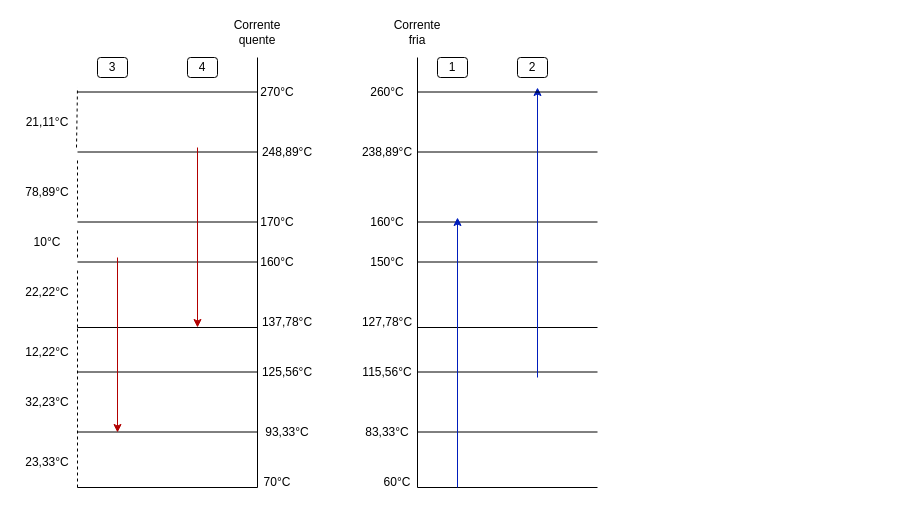
The draw.io diagram casoI-Cascata.drawio in igcampos/Mestrado, before the edit. Source tidied: cells renumbered, new cells numbered last; positions are measured from the earlier drawing's top-left corner, leaving out a move shared by most shapes. Both pictures are drawn from the tidied source at 100%, with x=0, y=0 at pixel (17, 17).
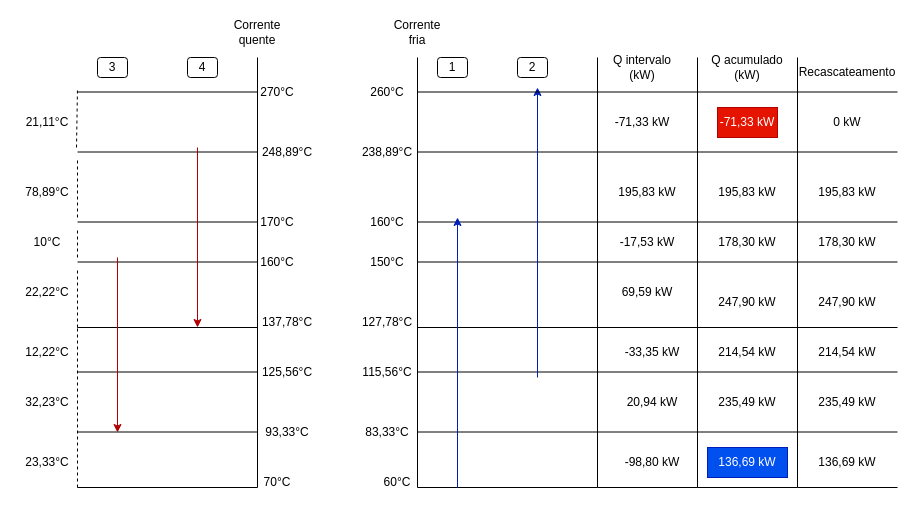
The same page after the edit.

Diff of the diagram source:
```diff
@@
+    <mxCell id="60" value="Q intervalo (kW)" style="text;html=1;strokeColor=none;fillColor=none;align=center;verticalAlign=middle;whiteSpace=wrap;rounded=0;" parent="1" vertex="1">
+      <mxGeometry x="590" y="35" width="70" height="30" as="geometry" />
+    </mxCell>
+    <mxCell id="61" style="endArrow=none;html=1;rounded=0;" parent="1" edge="1">
+      <mxGeometry relative="1" as="geometry">
+        <mxPoint x="580" y="134.5" as="sourcePoint" />
+        <mxPoint x="680" y="134.5" as="targetPoint" />
+      </mxGeometry>
+    </mxCell>
+    <mxCell id="62" style="endArrow=none;html=1;rounded=0;" parent="1" edge="1">
+      <mxGeometry relative="1" as="geometry">
+        <mxPoint x="580" y="470" as="sourcePoint" />
+        <mxPoint x="580" y="40" as="targetPoint" />
+      </mxGeometry>
+    </mxCell>
+    <mxCell id="63" style="endArrow=none;html=1;rounded=0;" parent="1" edge="1">
+      <mxGeometry relative="1" as="geometry">
+        <mxPoint x="580" y="74.5" as="sourcePoint" />
+        <mxPoint x="680" y="74.5" as="targetPoint" />
+      </mxGeometry>
+    </mxCell>
+    <mxCell id="64" value="-71,33 kW" style="text;html=1;strokeColor=none;fillColor=none;align=center;verticalAlign=middle;whiteSpace=wrap;rounded=0;" parent="1" vertex="1">
+      <mxGeometry x="595" y="90" width="60" height="30" as="geometry" />
+    </mxCell>
+    <mxCell id="65" value="195,83 kW" style="text;html=1;strokeColor=none;fillColor=none;align=center;verticalAlign=middle;whiteSpace=wrap;rounded=0;" parent="1" vertex="1">
+      <mxGeometry x="590" y="160" width="80" height="30" as="geometry" />
+    </mxCell>
+    <mxCell id="66" style="endArrow=none;html=1;rounded=0;" parent="1" edge="1">
+      <mxGeometry relative="1" as="geometry">
+        <mxPoint x="580" y="204.5" as="sourcePoint" />
+        <mxPoint x="680" y="204.5" as="targetPoint" />
+      </mxGeometry>
+    </mxCell>
+    <mxCell id="67" style="endArrow=none;html=1;rounded=0;" parent="1" edge="1">
+      <mxGeometry relative="1" as="geometry">
+        <mxPoint x="580" y="244.5" as="sourcePoint" />
+        <mxPoint x="680" y="244.5" as="targetPoint" />
+      </mxGeometry>
+    </mxCell>
+    <mxCell id="68" style="endArrow=none;html=1;rounded=0;" parent="1" edge="1">
+      <mxGeometry relative="1" as="geometry">
+        <mxPoint x="580" y="310" as="sourcePoint" />
+        <mxPoint x="680" y="310" as="targetPoint" />
+      </mxGeometry>
+    </mxCell>
+    <mxCell id="69" style="endArrow=none;html=1;rounded=0;" parent="1" edge="1">
+      <mxGeometry relative="1" as="geometry">
+        <mxPoint x="580" y="354.5" as="sourcePoint" />
+        <mxPoint x="680" y="354.5" as="targetPoint" />
+      </mxGeometry>
+    </mxCell>
+    <mxCell id="70" style="endArrow=none;html=1;rounded=0;" parent="1" edge="1">
+      <mxGeometry relative="1" as="geometry">
+        <mxPoint x="580" y="414.5" as="sourcePoint" />
+        <mxPoint x="680" y="414.5" as="targetPoint" />
+      </mxGeometry>
+    </mxCell>
+    <mxCell id="71" style="endArrow=none;html=1;rounded=0;" parent="1" edge="1">
+      <mxGeometry relative="1" as="geometry">
+        <mxPoint x="580" y="470" as="sourcePoint" />
+        <mxPoint x="680" y="470" as="targetPoint" />
+      </mxGeometry>
+    </mxCell>
+    <mxCell id="72" value="-17,53 kW" style="text;html=1;strokeColor=none;fillColor=none;align=center;verticalAlign=middle;whiteSpace=wrap;rounded=0;" parent="1" vertex="1">
+      <mxGeometry x="590" y="210" width="80" height="30" as="geometry" />
+    </mxCell>
+    <mxCell id="73" value="69,59 kW" style="text;html=1;strokeColor=none;fillColor=none;align=center;verticalAlign=middle;whiteSpace=wrap;rounded=0;" parent="1" vertex="1">
+      <mxGeometry x="590" y="260" width="80" height="30" as="geometry" />
+    </mxCell>
+    <mxCell id="74" value="-33,35 kW" style="text;html=1;strokeColor=none;fillColor=none;align=center;verticalAlign=middle;whiteSpace=wrap;rounded=0;" parent="1" vertex="1">
+      <mxGeometry x="595" y="320" width="80" height="30" as="geometry" />
+    </mxCell>
+    <mxCell id="75" value="20,94 kW" style="text;html=1;strokeColor=none;fillColor=none;align=center;verticalAlign=middle;whiteSpace=wrap;rounded=0;" parent="1" vertex="1">
+      <mxGeometry x="595" y="370" width="80" height="30" as="geometry" />
+    </mxCell>
+    <mxCell id="76" value="-98,80 kW" style="text;html=1;strokeColor=none;fillColor=none;align=center;verticalAlign=middle;whiteSpace=wrap;rounded=0;" parent="1" vertex="1">
+      <mxGeometry x="595" y="430" width="80" height="30" as="geometry" />
+    </mxCell>
+    <mxCell id="77" style="endArrow=none;html=1;rounded=0;" parent="1" edge="1">
+      <mxGeometry relative="1" as="geometry">
+        <mxPoint x="680" y="470" as="sourcePoint" />
+        <mxPoint x="680" y="40" as="targetPoint" />
+      </mxGeometry>
+    </mxCell>
+    <mxCell id="78" style="endArrow=none;html=1;rounded=0;" parent="1" edge="1">
+      <mxGeometry relative="1" as="geometry">
+        <mxPoint x="680" y="74.5" as="sourcePoint" />
+        <mxPoint x="780" y="74.5" as="targetPoint" />
+      </mxGeometry>
+    </mxCell>
+    <mxCell id="79" value="Q acumulado (kW)" style="text;html=1;strokeColor=none;fillColor=none;align=center;verticalAlign=middle;whiteSpace=wrap;rounded=0;" parent="1" vertex="1">
+      <mxGeometry x="690" y="35" width="80" height="30" as="geometry" />
+    </mxCell>
+    <mxCell id="80" style="endArrow=none;html=1;rounded=0;" parent="1" edge="1">
+      <mxGeometry relative="1" as="geometry">
+        <mxPoint x="680" y="134.5" as="sourcePoint" />
+        <mxPoint x="780" y="134.5" as="targetPoint" />
+      </mxGeometry>
+    </mxCell>
+    <mxCell id="81" style="endArrow=none;html=1;rounded=0;" parent="1" edge="1">
+      <mxGeometry relative="1" as="geometry">
+        <mxPoint x="680" y="204.5" as="sourcePoint" />
+        <mxPoint x="780" y="204.5" as="targetPoint" />
+      </mxGeometry>
+    </mxCell>
+    <mxCell id="82" style="endArrow=none;html=1;rounded=0;" parent="1" edge="1">
+      <mxGeometry relative="1" as="geometry">
+        <mxPoint x="680" y="244.5" as="sourcePoint" />
+        <mxPoint x="780" y="244.5" as="targetPoint" />
+      </mxGeometry>
+    </mxCell>
+    <mxCell id="83" style="endArrow=none;html=1;rounded=0;" parent="1" edge="1">
+      <mxGeometry relative="1" as="geometry">
+        <mxPoint x="680" y="310" as="sourcePoint" />
+        <mxPoint x="780" y="310" as="targetPoint" />
+      </mxGeometry>
+    </mxCell>
+    <mxCell id="84" style="endArrow=none;html=1;rounded=0;" parent="1" edge="1">
+      <mxGeometry relative="1" as="geometry">
+        <mxPoint x="680" y="354.5" as="sourcePoint" />
+        <mxPoint x="780" y="354.5" as="targetPoint" />
+      </mxGeometry>
+    </mxCell>
+    <mxCell id="85" style="endArrow=none;html=1;rounded=0;" parent="1" edge="1">
+      <mxGeometry relative="1" as="geometry">
+        <mxPoint x="680" y="414.5" as="sourcePoint" />
+        <mxPoint x="780" y="414.5" as="targetPoint" />
+      </mxGeometry>
+    </mxCell>
+    <mxCell id="86" style="endArrow=none;html=1;rounded=0;" parent="1" edge="1">
+      <mxGeometry relative="1" as="geometry">
+        <mxPoint x="680" y="470" as="sourcePoint" />
+        <mxPoint x="780" y="470" as="targetPoint" />
+      </mxGeometry>
+    </mxCell>
+    <mxCell id="87" value="-71,33 kW" style="text;html=1;strokeColor=#B20000;fillColor=#e51400;align=center;verticalAlign=middle;whiteSpace=wrap;rounded=0;fontColor=#ffffff;" parent="1" vertex="1">
+      <mxGeometry x="700" y="90" width="60" height="30" as="geometry" />
+    </mxCell>
+    <mxCell id="88" value="195,83 kW" style="text;html=1;strokeColor=none;fillColor=none;align=center;verticalAlign=middle;whiteSpace=wrap;rounded=0;" parent="1" vertex="1">
+      <mxGeometry x="690" y="160" width="80" height="30" as="geometry" />
+    </mxCell>
+    <mxCell id="89" value="178,30 kW" style="text;html=1;strokeColor=none;fillColor=none;align=center;verticalAlign=middle;whiteSpace=wrap;rounded=0;" parent="1" vertex="1">
+      <mxGeometry x="690" y="210" width="80" height="30" as="geometry" />
+    </mxCell>
+    <mxCell id="90" value="247,90 kW" style="text;html=1;strokeColor=none;fillColor=none;align=center;verticalAlign=middle;whiteSpace=wrap;rounded=0;" parent="1" vertex="1">
+      <mxGeometry x="690" y="270" width="80" height="30" as="geometry" />
+    </mxCell>
+    <mxCell id="91" value="214,54 kW" style="text;html=1;strokeColor=none;fillColor=none;align=center;verticalAlign=middle;whiteSpace=wrap;rounded=0;" parent="1" vertex="1">
+      <mxGeometry x="690" y="320" width="80" height="30" as="geometry" />
+    </mxCell>
+    <mxCell id="92" value="235,49 kW" style="text;html=1;strokeColor=none;fillColor=none;align=center;verticalAlign=middle;whiteSpace=wrap;rounded=0;" parent="1" vertex="1">
+      <mxGeometry x="690" y="370" width="80" height="30" as="geometry" />
+    </mxCell>
+    <mxCell id="93" value="136,69 kW" style="text;html=1;strokeColor=#001DBC;fillColor=#0050ef;align=center;verticalAlign=middle;whiteSpace=wrap;rounded=0;fontColor=#ffffff;" parent="1" vertex="1">
+      <mxGeometry x="690" y="430" width="80" height="30" as="geometry" />
+    </mxCell>
+    <mxCell id="94" style="endArrow=none;html=1;rounded=0;" parent="1" edge="1">
+      <mxGeometry relative="1" as="geometry">
+        <mxPoint x="780" y="470" as="sourcePoint" />
+        <mxPoint x="780" y="40" as="targetPoint" />
+      </mxGeometry>
+    </mxCell>
+    <mxCell id="95" style="endArrow=none;html=1;rounded=0;" parent="1" edge="1">
+      <mxGeometry relative="1" as="geometry">
+        <mxPoint x="780" y="74.5" as="sourcePoint" />
+        <mxPoint x="880" y="74.5" as="targetPoint" />
+      </mxGeometry>
+    </mxCell>
+    <mxCell id="96" value="Recascateamento" style="text;html=1;strokeColor=none;fillColor=none;align=center;verticalAlign=middle;whiteSpace=wrap;rounded=0;" parent="1" vertex="1">
+      <mxGeometry x="790" y="40" width="80" height="30" as="geometry" />
+    </mxCell>
+    <mxCell id="97" style="endArrow=none;html=1;rounded=0;" parent="1" edge="1">
+      <mxGeometry relative="1" as="geometry">
+        <mxPoint x="780" y="134.5" as="sourcePoint" />
+        <mxPoint x="880" y="134.5" as="targetPoint" />
+      </mxGeometry>
+    </mxCell>
+    <mxCell id="98" style="endArrow=none;html=1;rounded=0;" parent="1" edge="1">
+      <mxGeometry relative="1" as="geometry">
+        <mxPoint x="780" y="204.5" as="sourcePoint" />
+        <mxPoint x="880" y="204.5" as="targetPoint" />
+      </mxGeometry>
+    </mxCell>
+    <mxCell id="99" style="endArrow=none;html=1;rounded=0;" parent="1" edge="1">
+      <mxGeometry relative="1" as="geometry">
+        <mxPoint x="780" y="244.5" as="sourcePoint" />
+        <mxPoint x="880" y="244.5" as="targetPoint" />
+      </mxGeometry>
+    </mxCell>
+    <mxCell id="100" style="endArrow=none;html=1;rounded=0;" parent="1" edge="1">
+      <mxGeometry relative="1" as="geometry">
+        <mxPoint x="780" y="310" as="sourcePoint" />
+        <mxPoint x="880" y="310" as="targetPoint" />
+      </mxGeometry>
+    </mxCell>
+    <mxCell id="101" style="endArrow=none;html=1;rounded=0;" parent="1" edge="1">
+      <mxGeometry relative="1" as="geometry">
+        <mxPoint x="780" y="354.5" as="sourcePoint" />
+        <mxPoint x="880" y="354.5" as="targetPoint" />
+      </mxGeometry>
+    </mxCell>
+    <mxCell id="102" style="endArrow=none;html=1;rounded=0;" parent="1" edge="1">
+      <mxGeometry relative="1" as="geometry">
+        <mxPoint x="780" y="414.5" as="sourcePoint" />
+        <mxPoint x="880" y="414.5" as="targetPoint" />
+      </mxGeometry>
+    </mxCell>
+    <mxCell id="103" style="endArrow=none;html=1;rounded=0;" parent="1" edge="1">
+      <mxGeometry relative="1" as="geometry">
+        <mxPoint x="780" y="470" as="sourcePoint" />
+        <mxPoint x="880" y="470" as="targetPoint" />
+      </mxGeometry>
+    </mxCell>
+    <mxCell id="104" value="0 kW" style="text;html=1;strokeColor=none;fillColor=none;align=center;verticalAlign=middle;whiteSpace=wrap;rounded=0;" parent="1" vertex="1">
+      <mxGeometry x="790" y="90" width="80" height="30" as="geometry" />
+    </mxCell>
+    <mxCell id="105" value="195,83 kW" style="text;html=1;strokeColor=none;fillColor=none;align=center;verticalAlign=middle;whiteSpace=wrap;rounded=0;" parent="1" vertex="1">
+      <mxGeometry x="790" y="160" width="80" height="30" as="geometry" />
+    </mxCell>
+    <mxCell id="106" value="178,30 kW" style="text;html=1;strokeColor=none;fillColor=none;align=center;verticalAlign=middle;whiteSpace=wrap;rounded=0;" parent="1" vertex="1">
+      <mxGeometry x="790" y="210" width="80" height="30" as="geometry" />
+    </mxCell>
+    <mxCell id="107" value="247,90 kW" style="text;html=1;strokeColor=none;fillColor=none;align=center;verticalAlign=middle;whiteSpace=wrap;rounded=0;" parent="1" vertex="1">
+      <mxGeometry x="790" y="270" width="80" height="30" as="geometry" />
+    </mxCell>
+    <mxCell id="108" value="214,54 kW" style="text;html=1;strokeColor=none;fillColor=none;align=center;verticalAlign=middle;whiteSpace=wrap;rounded=0;" parent="1" vertex="1">
+      <mxGeometry x="790" y="320" width="80" height="30" as="geometry" />
+    </mxCell>
+    <mxCell id="109" value="235,49 kW" style="text;html=1;strokeColor=none;fillColor=none;align=center;verticalAlign=middle;whiteSpace=wrap;rounded=0;" parent="1" vertex="1">
+      <mxGeometry x="790" y="370" width="80" height="30" as="geometry" />
+    </mxCell>
+    <mxCell id="110" value="136,69 kW" style="text;html=1;strokeColor=none;fillColor=none;align=center;verticalAlign=middle;whiteSpace=wrap;rounded=0;" parent="1" vertex="1">
+      <mxGeometry x="790" y="430" width="80" height="30" as="geometry" />
+    </mxCell>
```
